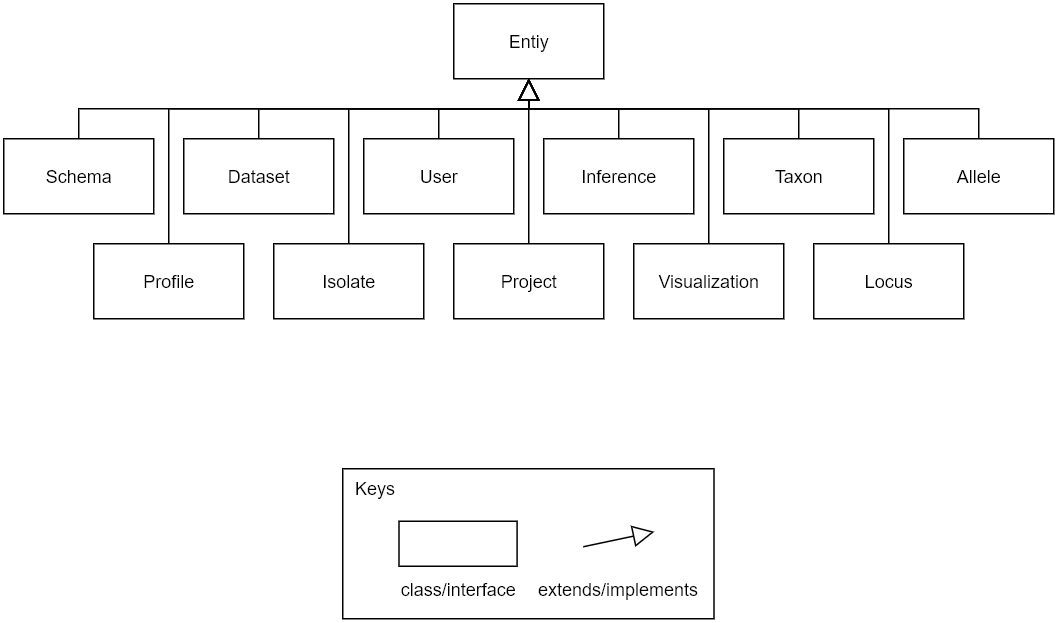
phyloviz/phyloDB keeps this draw.io diagram as wiki/images/phylodb-generalization-models.png. Above is the earlier version. Source tidied: cells renumbered, new cells last; positions are measured from the earlier drawing's top-left corner, leaving out a move shared by most shapes.
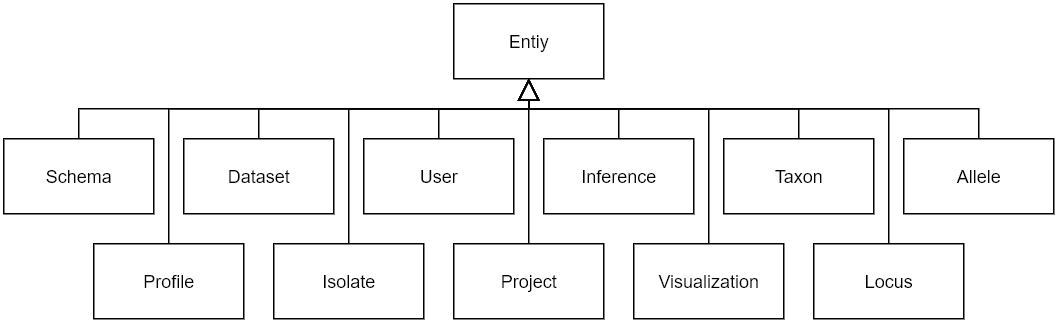
After the commit.

What changed in the source:
```diff
@@ -111,26 +111,5 @@
     <mxCell id="24" value="Inference" style="html=1;" parent="1" vertex="1">
       <mxGeometry x="360" y="90" width="100" height="50" as="geometry" />
     </mxCell>
-    <mxCell id="25" style="group;" parent="1" vertex="1">
-      <mxGeometry x="226" y="310" width="247.5" height="100" as="geometry" />
-    </mxCell>
-    <mxCell id="26" value="&amp;nbsp; Keys" style="rounded=0;whiteSpace=wrap;html=1;align=left;verticalAlign=top;" parent="25" vertex="1">
-      <mxGeometry width="247.5" height="100" as="geometry" />
-    </mxCell>
-    <mxCell id="27" style="endArrow=block;html=1;exitX=1;exitY=0.5;exitDx=0;exitDy=0;startArrow=none;startFill=0;endFill=0;endSize=12;" parent="25" edge="1">
-      <mxGeometry relative="1" as="geometry">
-        <mxPoint x="160.3" y="52" as="sourcePoint" />
-        <mxPoint x="207.7" y="42" as="targetPoint" />
-      </mxGeometry>
-    </mxCell>
-    <mxCell id="28" value="extends/implements" style="text;html=1;strokeColor=none;fillColor=none;align=center;verticalAlign=middle;whiteSpace=wrap;rounded=0;" parent="25" vertex="1">
-      <mxGeometry x="139" y="70" width="89.5" height="20" as="geometry" />
-    </mxCell>
-    <mxCell id="29" value="class/interface" style="text;html=1;strokeColor=none;fillColor=none;align=center;verticalAlign=middle;whiteSpace=wrap;rounded=0;" parent="25" vertex="1">
-      <mxGeometry x="45.5" y="70" width="62.7" height="20" as="geometry" />
-    </mxCell>
-    <mxCell id="30" style="rounded=0;whiteSpace=wrap;html=1;" parent="25" vertex="1">
-      <mxGeometry x="37.5" y="35" width="78.7" height="30" as="geometry" />
-    </mxCell>
   </root>
 </mxGraphModel>
```
